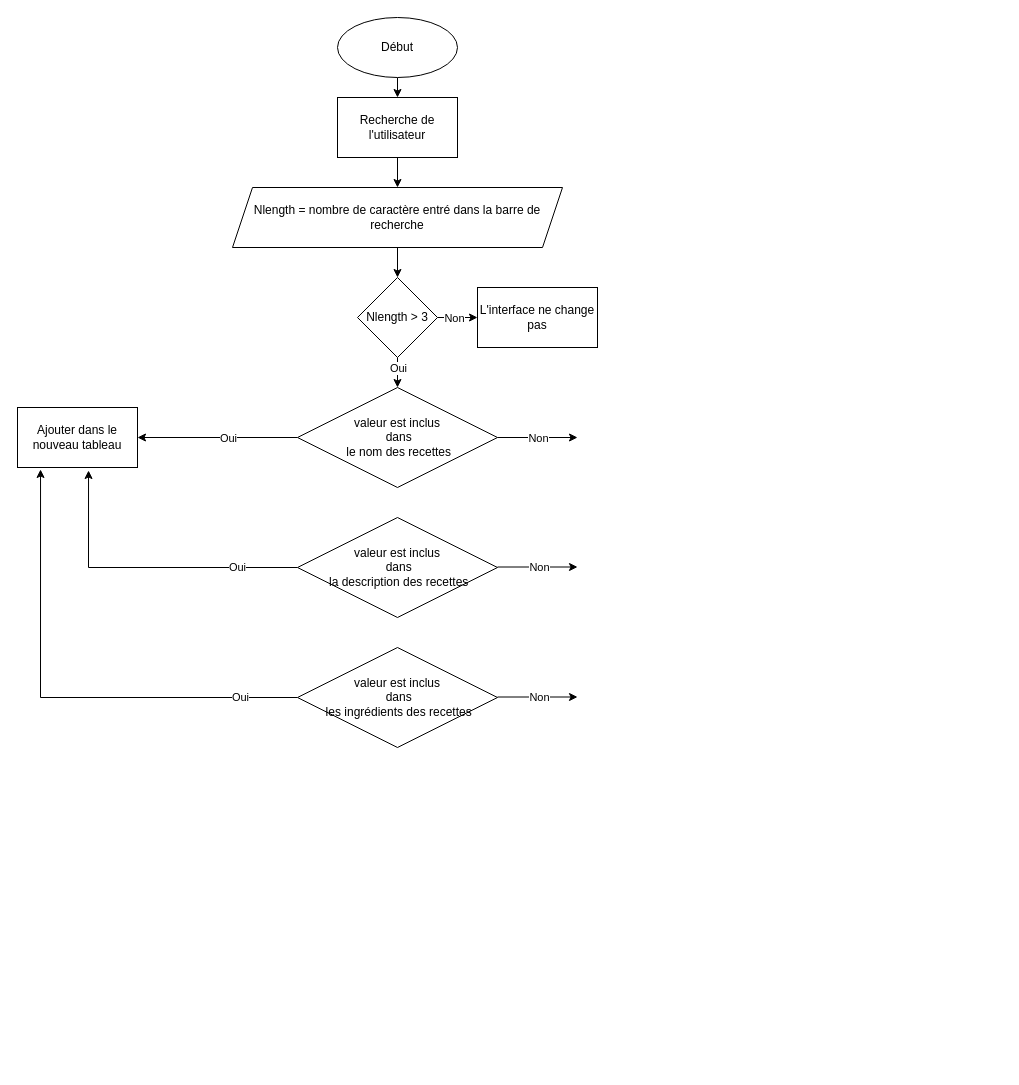
Above: Untitled Diagram.drawio in stevebraco/algorigram (draw.io), before the change. Source tidied: cells renumbered, new cells numbered last; positions are measured from the earlier drawing's top-left corner, leaving out a move shared by most shapes. Both pictures are drawn from the tidied source at 100%, with x=0, y=0 at pixel (17, 17).
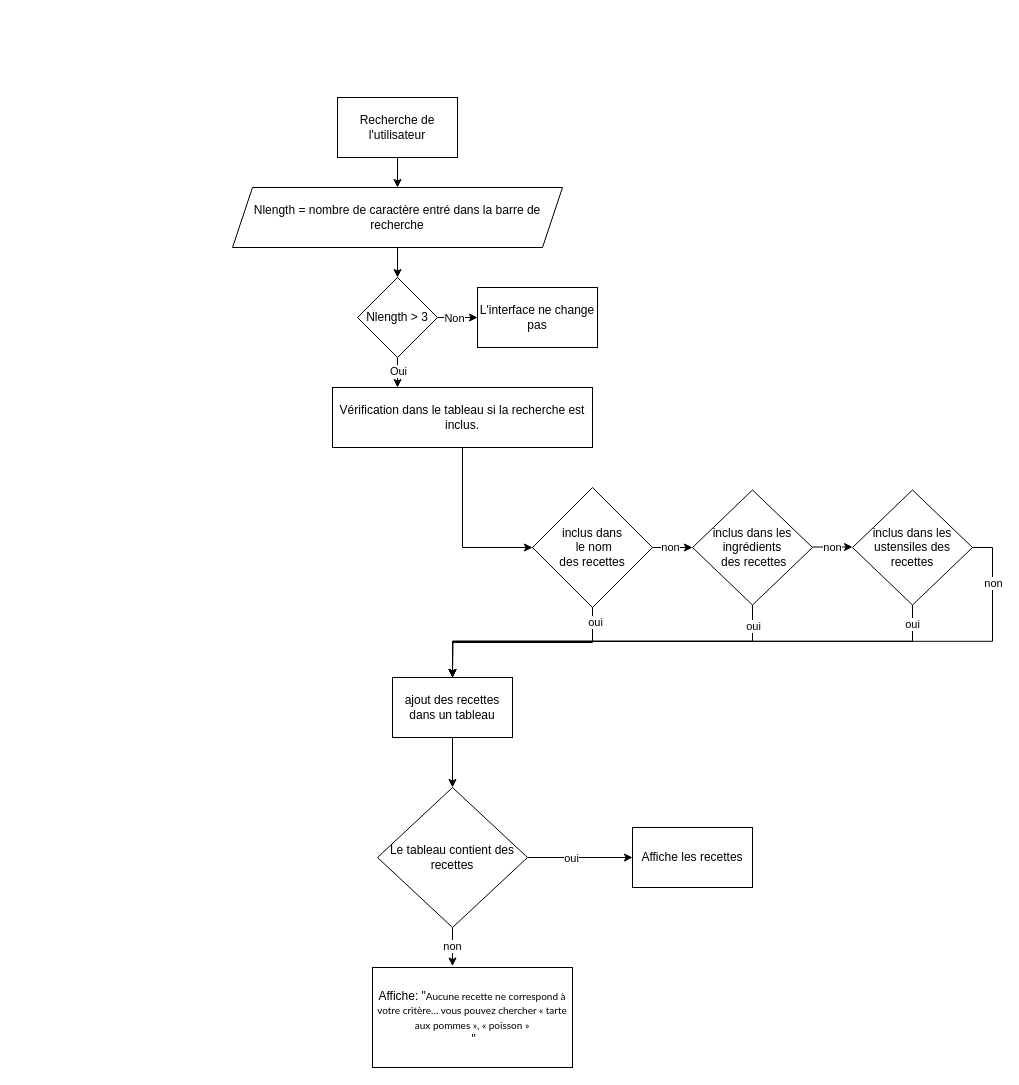
The same page after the edit.

The change refers to these unchanged cells:
```xml
<mxCell id="12" value="Nlength &amp;gt; 3" style="rhombus;whiteSpace=wrap;html=1;" parent="1" vertex="1">
  <mxGeometry x="340" y="260" width="80" height="80" as="geometry" />
</mxCell>
```

The edit, as a diff of the source:
```diff
@@
-    <mxCell id="2" style="edgeStyle=orthogonalEdgeStyle;rounded=0;jettySize=auto;html=1;exitX=0.5;exitY=1;exitDx=0;exitDy=0;" parent="1" edge="1" source="3">
-      <mxGeometry relative="1" as="geometry">
-        <mxPoint x="380" y="80" as="targetPoint" />
-      </mxGeometry>
-    </mxCell>
-    <mxCell id="3" value="Début" style="ellipse;whiteSpace=wrap;html=1;" parent="1" vertex="1">
-      <mxGeometry x="320" width="120" height="60" as="geometry" />
-    </mxCell>
@@
-    <mxCell id="10" style="edgeStyle=orthogonalEdgeStyle;rounded=0;jettySize=auto;html=1;" parent="1" edge="1" source="12" target="18">
-      <mxGeometry relative="1" as="geometry" />
+    <mxCell id="10" style="edgeStyle=orthogonalEdgeStyle;rounded=0;jettySize=auto;html=1;" parent="1" edge="1" source="12">
+      <mxGeometry relative="1" as="geometry">
+        <mxPoint x="380" y="370" as="targetPoint" />
+      </mxGeometry>
     </mxCell>
@@
-    <mxCell id="14" style="edgeStyle=orthogonalEdgeStyle;rounded=0;jettySize=auto;html=1;entryX=1;entryY=0.5;entryDx=0;entryDy=0;" parent="1" edge="1" source="18" target="19">
-      <mxGeometry relative="1" as="geometry" />
-    </mxCell>
-    <mxCell id="15" value="Oui" style="edgeLabel;html=1;align=center;verticalAlign=middle;" parent="14" vertex="1">
-      <mxGeometry x="0.37" relative="1" as="geometry">
-        <mxPoint x="40" as="offset" />
-      </mxGeometry>
-    </mxCell>
-    <mxCell id="16" style="edgeStyle=orthogonalEdgeStyle;rounded=0;jettySize=auto;html=1;" parent="1" edge="1" source="18">
-      <mxGeometry relative="1" as="geometry">
-        <mxPoint x="560" y="420" as="targetPoint" />
-      </mxGeometry>
-    </mxCell>
-    <mxCell id="17" value="Non" style="edgeLabel;html=1;align=center;verticalAlign=middle;" parent="16" vertex="1">
-      <mxGeometry x="0.03" relative="1" as="geometry" />
-    </mxCell>
-    <mxCell id="18" value="valeur est inclus&lt;br&gt;&amp;nbsp;dans&lt;br&gt;&amp;nbsp;le nom des recettes" style="rhombus;whiteSpace=wrap;html=1;" parent="1" vertex="1">
-      <mxGeometry x="280" y="370" width="200" height="100" as="geometry" />
-    </mxCell>
-    <mxCell id="19" value="Ajouter dans le nouveau tableau" style="whiteSpace=wrap;html=1;" parent="1" vertex="1">
-      <mxGeometry y="390" width="120" height="60" as="geometry" />
-    </mxCell>
-    <mxCell id="20" style="edgeStyle=orthogonalEdgeStyle;rounded=0;jettySize=auto;html=1;entryX=0.592;entryY=1.05;entryDx=0;entryDy=0;entryPerimeter=0;" parent="1" edge="1" source="22" target="19">
-      <mxGeometry relative="1" as="geometry" />
-    </mxCell>
-    <mxCell id="21" value="Oui" style="edgeLabel;html=1;align=center;verticalAlign=middle;" parent="20" vertex="1">
-      <mxGeometry x="-0.6" y="-1" relative="1" as="geometry" />
-    </mxCell>
-    <mxCell id="22" value="valeur est inclus&lt;br&gt;&amp;nbsp;dans&lt;br&gt;&amp;nbsp;la description des recettes" style="rhombus;whiteSpace=wrap;html=1;" parent="1" vertex="1">
-      <mxGeometry x="280" y="500" width="200" height="100" as="geometry" />
-    </mxCell>
-    <mxCell id="23" style="edgeStyle=orthogonalEdgeStyle;rounded=0;jettySize=auto;html=1;entryX=0.192;entryY=1.033;entryDx=0;entryDy=0;entryPerimeter=0;" parent="1" edge="1" source="25" target="19">
-      <mxGeometry relative="1" as="geometry" />
-    </mxCell>
-    <mxCell id="24" value="Oui" style="edgeLabel;html=1;align=center;verticalAlign=middle;" parent="23" vertex="1">
-      <mxGeometry x="-0.76" y="-1" relative="1" as="geometry" />
-    </mxCell>
-    <mxCell id="25" value="valeur est inclus&lt;br&gt;&amp;nbsp;dans&lt;br&gt;&amp;nbsp;les ingrédients des recettes" style="rhombus;whiteSpace=wrap;html=1;" parent="1" vertex="1">
-      <mxGeometry x="280" y="630" width="200" height="100" as="geometry" />
-    </mxCell>
-    <mxCell id="26" style="edgeStyle=orthogonalEdgeStyle;rounded=0;orthogonalLoop=1;jettySize=auto;html=1;" parent="1" edge="1">
-      <mxGeometry relative="1" as="geometry">
-        <mxPoint x="480" y="549.5" as="sourcePoint" />
-        <mxPoint x="560" y="549.5" as="targetPoint" />
-      </mxGeometry>
-    </mxCell>
-    <mxCell id="27" value="Non" style="edgeLabel;html=1;align=center;verticalAlign=middle;" parent="26" vertex="1">
-      <mxGeometry x="0.03" relative="1" as="geometry" />
-    </mxCell>
-    <mxCell id="28" style="edgeStyle=orthogonalEdgeStyle;rounded=0;orthogonalLoop=1;jettySize=auto;html=1;" parent="1" edge="1">
-      <mxGeometry relative="1" as="geometry">
-        <mxPoint x="480" y="679.5" as="sourcePoint" />
-        <mxPoint x="560" y="679.5" as="targetPoint" />
-      </mxGeometry>
-    </mxCell>
-    <mxCell id="29" value="Non" style="edgeLabel;html=1;align=center;verticalAlign=middle;" parent="28" vertex="1">
-      <mxGeometry x="0.03" relative="1" as="geometry" />
-    </mxCell>
+    <mxCell id="30" style="edgeStyle=orthogonalEdgeStyle;rounded=0;jettySize=auto;html=1;exitX=0.5;exitY=1;exitDx=0;exitDy=0;entryX=0.5;entryY=0;entryDx=0;entryDy=0;shadow=0;startArrow=none;startFill=0;endArrow=classic;endFill=1;strokeColor=default;" parent="1" edge="1" source="31" target="51">
+      <mxGeometry relative="1" as="geometry" />
+    </mxCell>
+    <mxCell id="31" value="ajout des recettes dans un tableau" style="whiteSpace=wrap;html=1;" parent="1" vertex="1">
+      <mxGeometry x="375" y="660" width="120" height="60" as="geometry" />
+    </mxCell>
+    <mxCell id="32" value="non" style="edgeStyle=none;rounded=0;jettySize=auto;html=1;exitX=1;exitY=0.5;exitDx=0;exitDy=0;entryX=0;entryY=0.5;entryDx=0;entryDy=0;shadow=0;startArrow=none;startFill=0;endArrow=classic;endFill=1;strokeColor=default;" parent="1" edge="1" target="39">
+      <mxGeometry relative="1" as="geometry">
+        <mxPoint x="631" y="530" as="sourcePoint" />
+      </mxGeometry>
+    </mxCell>
+    <mxCell id="33" style="edgeStyle=orthogonalEdgeStyle;rounded=0;jettySize=auto;html=1;exitX=0.5;exitY=1;exitDx=0;exitDy=0;shadow=0;startArrow=none;startFill=0;endArrow=classic;endFill=1;strokeColor=default;" parent="1" edge="1" source="35" target="31">
+      <mxGeometry relative="1" as="geometry" />
+    </mxCell>
+    <mxCell id="34" value="oui" style="edgeLabel;html=1;align=center;verticalAlign=middle;" parent="33" vertex="1">
+      <mxGeometry x="-0.87" y="2" relative="1" as="geometry" />
+    </mxCell>
+    <mxCell id="35" value="inclus dans&lt;br&gt;&amp;nbsp;le nom &lt;br&gt;des recettes" style="rhombus;whiteSpace=wrap;html=1;" parent="1" vertex="1">
+      <mxGeometry x="515" y="470" width="120" height="120" as="geometry" />
+    </mxCell>
+    <mxCell id="36" value="non" style="edgeStyle=none;rounded=0;orthogonalLoop=1;jettySize=auto;html=1;exitX=1;exitY=0.5;exitDx=0;exitDy=0;entryX=0;entryY=0.5;entryDx=0;entryDy=0;shadow=0;startArrow=none;startFill=0;endArrow=classic;endFill=1;strokeColor=default;" parent="1" edge="1">
+      <mxGeometry relative="1" as="geometry">
+        <mxPoint x="795" y="529.5" as="sourcePoint" />
+        <mxPoint x="835" y="529.5" as="targetPoint" />
+      </mxGeometry>
+    </mxCell>
+    <mxCell id="37" style="edgeStyle=orthogonalEdgeStyle;rounded=0;jettySize=auto;html=1;exitX=0.5;exitY=1;exitDx=0;exitDy=0;entryX=0.5;entryY=0;entryDx=0;entryDy=0;shadow=0;startArrow=none;startFill=0;endArrow=classic;endFill=1;strokeColor=default;" parent="1" edge="1" source="39" target="31">
+      <mxGeometry relative="1" as="geometry" />
+    </mxCell>
+    <mxCell id="38" value="oui" style="edgeLabel;html=1;align=center;verticalAlign=middle;" parent="37" vertex="1">
+      <mxGeometry x="-0.87" relative="1" as="geometry">
+        <mxPoint y="-3" as="offset" />
+      </mxGeometry>
+    </mxCell>
+    <mxCell id="39" value="inclus dans les ingrédients&lt;br&gt;&amp;nbsp;des recettes" style="rhombus;whiteSpace=wrap;html=1;" parent="1" vertex="1">
+      <mxGeometry x="675" y="472.5" width="120" height="115" as="geometry" />
+    </mxCell>
+    <mxCell id="40" style="edgeStyle=orthogonalEdgeStyle;rounded=0;jettySize=auto;html=1;exitX=0.5;exitY=1;exitDx=0;exitDy=0;shadow=0;startArrow=none;startFill=0;endArrow=classic;endFill=1;strokeColor=default;" parent="1" edge="1" source="44">
+      <mxGeometry relative="1" as="geometry">
+        <mxPoint x="435" y="660" as="targetPoint" />
+      </mxGeometry>
+    </mxCell>
+    <mxCell id="41" value="oui" style="edgeLabel;html=1;align=center;verticalAlign=middle;" parent="40" vertex="1">
+      <mxGeometry x="-0.95" y="-1" relative="1" as="geometry">
+        <mxPoint y="6" as="offset" />
+      </mxGeometry>
+    </mxCell>
+    <mxCell id="42" style="edgeStyle=orthogonalEdgeStyle;rounded=0;jettySize=auto;html=1;exitX=1;exitY=0.5;exitDx=0;exitDy=0;entryX=0.5;entryY=0;entryDx=0;entryDy=0;shadow=0;startArrow=none;startFill=0;endArrow=classic;endFill=1;strokeColor=default;" parent="1" edge="1" source="44" target="31">
+      <mxGeometry relative="1" as="geometry" />
+    </mxCell>
+    <mxCell id="43" value="non" style="edgeLabel;html=1;align=center;verticalAlign=middle;" parent="42" vertex="1">
+      <mxGeometry x="-0.84" y="2" relative="1" as="geometry">
+        <mxPoint x="-2" as="offset" />
+      </mxGeometry>
+    </mxCell>
+    <mxCell id="44" value="inclus dans les ustensiles des recettes" style="rhombus;whiteSpace=wrap;html=1;" parent="1" vertex="1">
+      <mxGeometry x="835" y="472.5" width="120" height="115" as="geometry" />
+    </mxCell>
+    <mxCell id="45" style="edgeStyle=orthogonalEdgeStyle;rounded=0;jettySize=auto;html=1;exitX=0.5;exitY=1;exitDx=0;exitDy=0;entryX=0;entryY=0.5;entryDx=0;entryDy=0;" parent="1" edge="1" source="46" target="35">
+      <mxGeometry relative="1" as="geometry" />
+    </mxCell>
+    <mxCell id="46" value="Vérification dans le tableau si la recherche est inclus." style="whiteSpace=wrap;html=1;" parent="1" vertex="1">
+      <mxGeometry x="315" y="370" width="260" height="60" as="geometry" />
+    </mxCell>
+    <mxCell id="47" style="edgeStyle=none;rounded=0;orthogonalLoop=1;jettySize=auto;html=1;exitX=0.5;exitY=0;exitDx=0;exitDy=0;shadow=0;startArrow=none;startFill=0;endArrow=classic;endFill=1;strokeColor=default;" parent="1" edge="1" source="39" target="39">
+      <mxGeometry relative="1" as="geometry" />
+    </mxCell>
+    <mxCell id="48" style="edgeStyle=orthogonalEdgeStyle;rounded=0;jettySize=auto;html=1;exitX=1;exitY=0.5;exitDx=0;exitDy=0;shadow=0;startArrow=none;startFill=0;endArrow=classic;endFill=1;strokeColor=default;" parent="1" edge="1" source="51">
+      <mxGeometry relative="1" as="geometry">
+        <mxPoint x="615" y="840" as="targetPoint" />
+      </mxGeometry>
+    </mxCell>
+    <mxCell id="49" value="oui" style="edgeLabel;html=1;align=center;verticalAlign=middle;" parent="48" vertex="1">
+      <mxGeometry x="-0.18" y="-2" relative="1" as="geometry">
+        <mxPoint y="-2" as="offset" />
+      </mxGeometry>
+    </mxCell>
+    <mxCell id="50" value="non" style="edgeStyle=orthogonalEdgeStyle;rounded=0;jettySize=auto;html=1;exitX=0.5;exitY=1;exitDx=0;exitDy=0;entryX=0.4;entryY=-0.015;entryDx=0;entryDy=0;entryPerimeter=0;shadow=0;startArrow=none;startFill=0;endArrow=classic;endFill=1;strokeColor=default;" parent="1" edge="1" source="51" target="53">
+      <mxGeometry relative="1" as="geometry" />
+    </mxCell>
+    <mxCell id="51" value="Le tableau contient des recettes" style="rhombus;whiteSpace=wrap;html=1;" parent="1" vertex="1">
+      <mxGeometry x="360" y="770" width="150" height="140" as="geometry" />
+    </mxCell>
+    <mxCell id="52" value="Affiche les recettes" style="whiteSpace=wrap;html=1;" parent="1" vertex="1">
+      <mxGeometry x="615" y="810" width="120" height="60" as="geometry" />
+    </mxCell>
+    <mxCell id="53" value="Affiche: &quot;&lt;span style=&quot;font-family: &amp;#34;lato&amp;#34; , sans-serif ; font-size: 10px&quot;&gt;Aucune recette ne correspond à votre critère… vous pouvez chercher « tarte aux pommes », « poisson »&lt;/span&gt;&lt;br&gt;&amp;nbsp;&quot;" style="whiteSpace=wrap;html=1;" parent="1" vertex="1">
+      <mxGeometry x="355" y="950" width="200" height="100" as="geometry" />
+    </mxCell>
```
